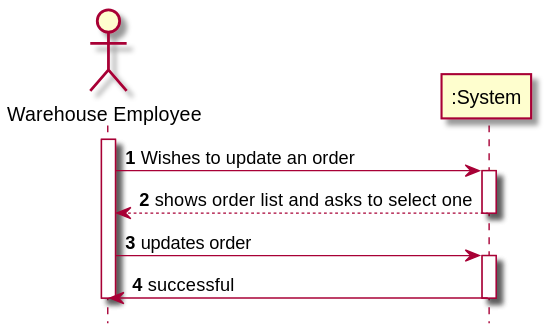
The PlantUML diagram Documentação/1190772/US2004/US2004_SSD.svg in 1190772/LAB-Project-4, before a commit. Its diagram source:
```plantuml
@startuml
autonumber
hide footbox
actor "Warehouse Employee" as LC

activate LC
LC -> ":System" : Wishes to update an order




activate ":System"
":System" --> LC : shows order list and asks to select one
deactivate ":System"

LC -> ":System" : updates order
activate ":System"

":System" -> LC : successful
deactivate ":System"

deactivate LC


@enduml
```
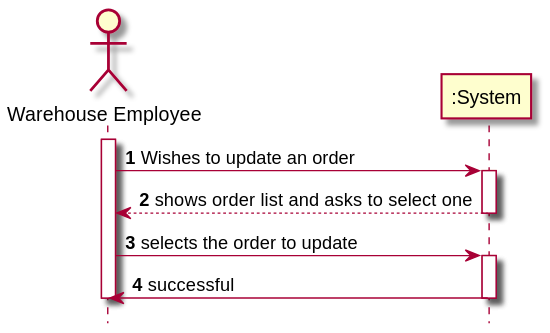
After the commit.

What changed in the source:
```diff
@@ -13,7 +13,7 @@
 ":System" --> LC : shows order list and asks to select one
 deactivate ":System"
 
-LC -> ":System" : updates order
+LC -> ":System" : selects the order to update
 activate ":System"
 
 ":System" -> LC : successful
```
